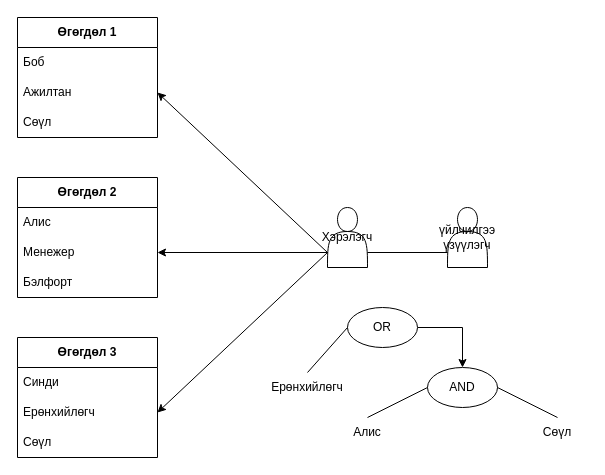
Before: draw.io/kp-abe.drawio in myagmartseren/pre_report, a draw.io diagram. Source tidied: cells renumbered, new cells numbered last; positions are measured from the earlier drawing's top-left corner, leaving out a move shared by most shapes. Both pictures are drawn from the tidied source at 100%, with x=0, y=0 at pixel (17, 17).
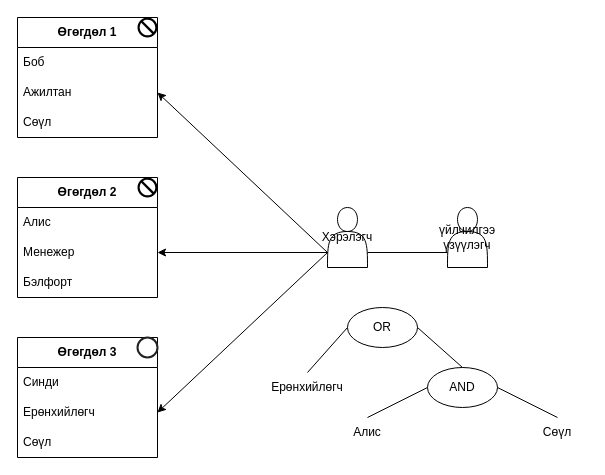
The same page after the edit.

Unchanged cells that the change refers to:
```xml
<mxCell id="20" value="OR" style="ellipse;whiteSpace=wrap;html=1;" parent="1" vertex="1">
  <mxGeometry x="330" y="290" width="70" height="40" as="geometry" />
</mxCell>
<mxCell id="21" value="AND" style="ellipse;whiteSpace=wrap;html=1;" parent="1" vertex="1">
  <mxGeometry x="410" y="350" width="70" height="40" as="geometry" />
</mxCell>
```

The edit, as a diff of the source:
```diff
@@
-    <mxCell id="19" style="edgeStyle=orthogonalEdgeStyle;rounded=0;jettySize=auto;html=1;" parent="1" edge="1" source="20" target="21">
-      <mxGeometry relative="1" as="geometry" />
-    </mxCell>
@@
+    <mxCell id="29" style="endArrow=none;html=1;rounded=0;entryX=1;entryY=0.5;entryDx=0;entryDy=0;exitX=0.5;exitY=0;exitDx=0;exitDy=0;" parent="1" edge="1" source="21" target="20">
+      <mxGeometry relative="1" as="geometry" />
+    </mxCell>
+    <mxCell id="30" style="shape=mxgraph.signs.safety.no;html=1;fillColor=#000000;strokeColor=none;verticalLabelPosition=bottom;verticalAlign=top;align=center;" parent="1" vertex="1">
+      <mxGeometry x="120" y="160" width="20" height="20" as="geometry" />
+    </mxCell>
+    <mxCell id="31" style="shape=mxgraph.signs.safety.no;html=1;fillColor=#000000;strokeColor=none;verticalLabelPosition=bottom;verticalAlign=top;align=center;" parent="1" vertex="1">
+      <mxGeometry x="120" width="20" height="20" as="geometry" />
+    </mxCell>
+    <mxCell id="32" style="html=1;verticalLabelPosition=bottom;labelBackgroundColor=#ffffff;verticalAlign=top;shadow=0;dashed=0;strokeWidth=2;shape=mxgraph.ios7.misc.circle;strokeColor=#222222;fillColor=none;" parent="1" vertex="1">
+      <mxGeometry x="120" y="320" width="20" height="20" as="geometry" />
+    </mxCell>
```
